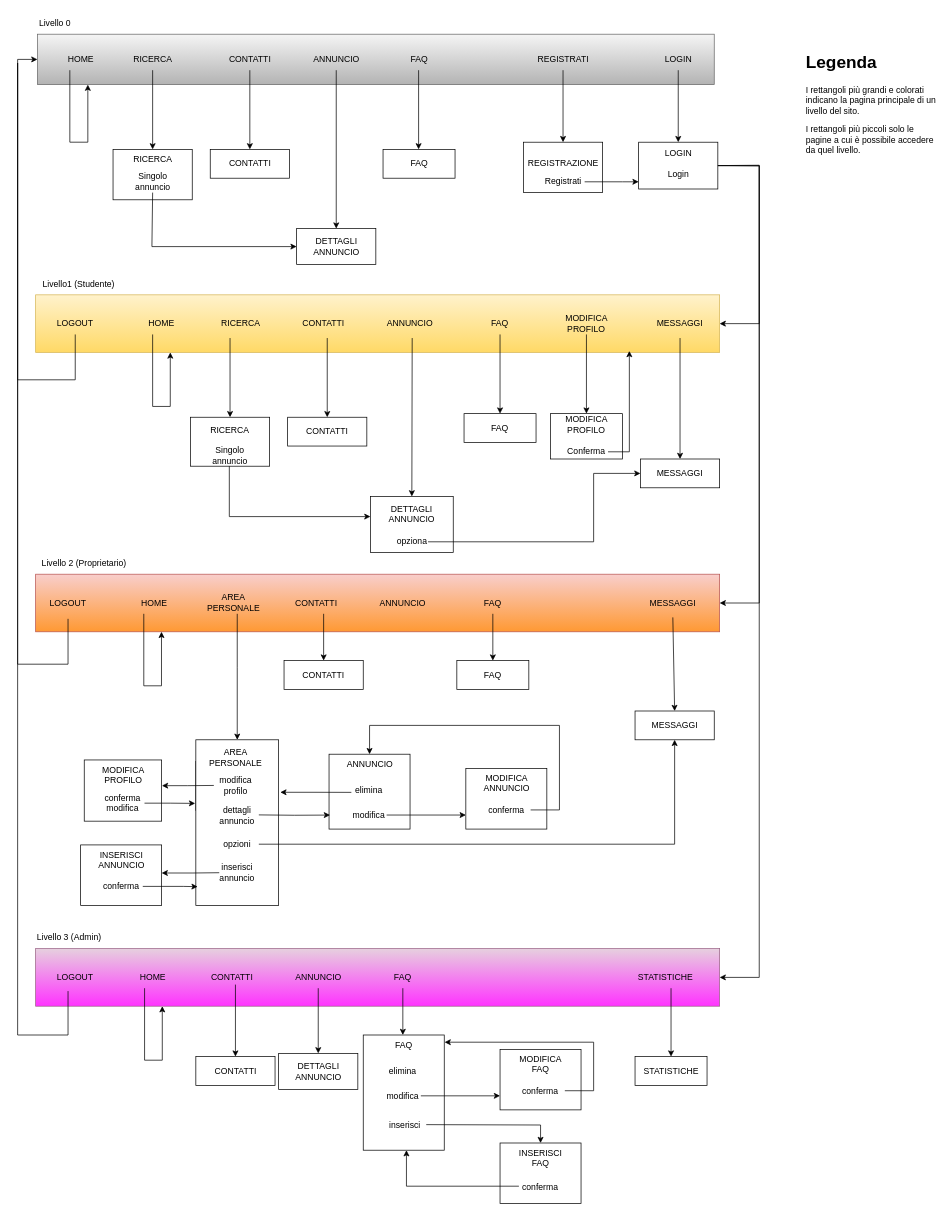
fd-col/RentAdvisor keeps this draw.io diagram as SchemaDeiLink.drawio. Above is the earlier version. Source tidied: cells renumbered, new cells numbered last; positions are measured from the earlier drawing's top-left corner, leaving out a move shared by most shapes. Both pictures are drawn from the tidied source at 72%, with x=0, y=0 at pixel (17, 12).
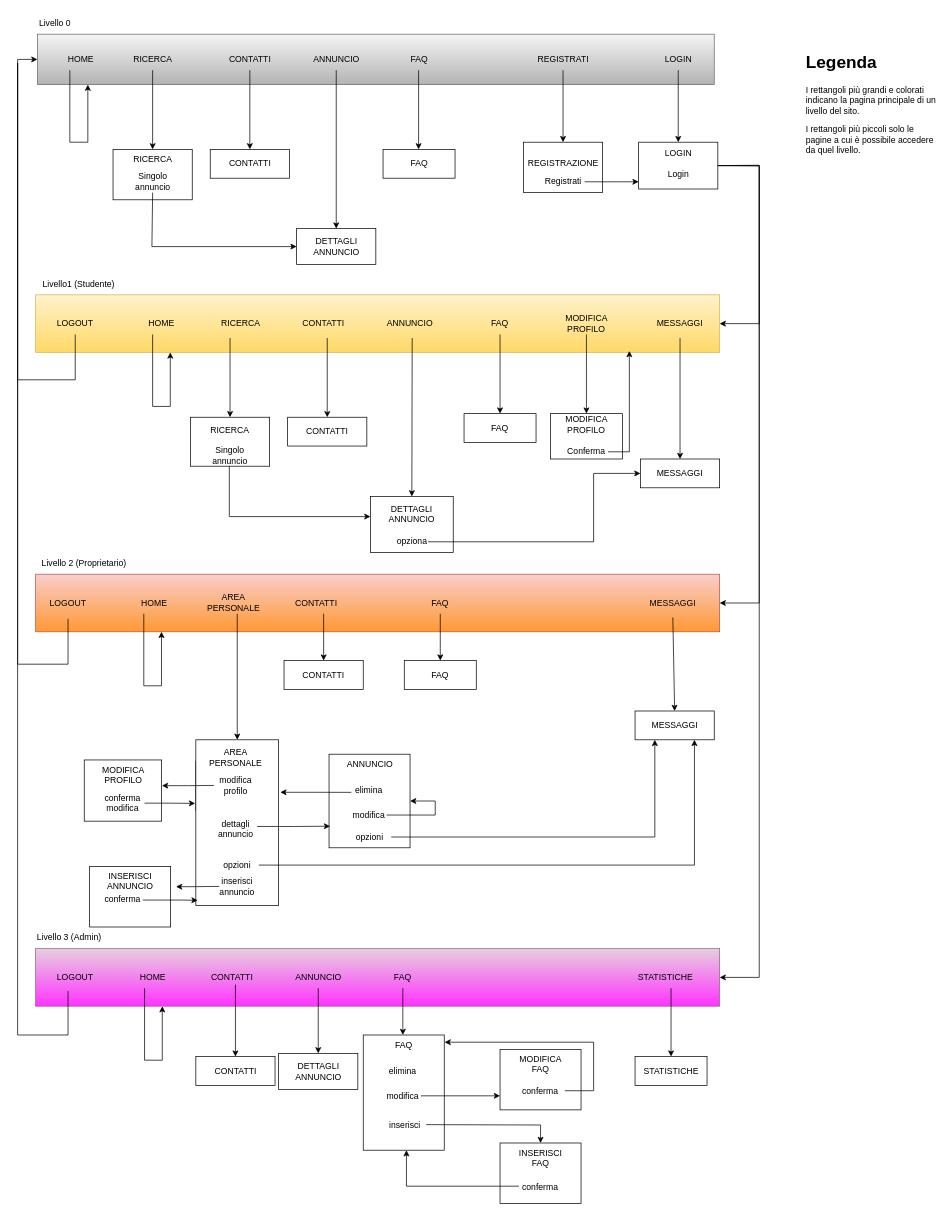
The same diagram, later.

Commit message (it also covers changes not shown here):
Update schema dei link

The change refers to these unchanged cells:
```xml
<mxCell id="87" value="MESSAGGI" style="rounded=0;whiteSpace=wrap;html=1;" parent="1" vertex="1">
  <mxGeometry x="857.5" y="970" width="110" height="40" as="geometry" />
</mxCell>
```

Change to the diagram source:
```diff
@@
     <mxCell id="69" value="FAQ" style="text;html=1;strokeColor=none;fillColor=none;align=center;verticalAlign=middle;whiteSpace=wrap;rounded=0;" parent="1" vertex="1">
-      <mxGeometry x="630" y="805" width="60" height="30" as="geometry" />
+      <mxGeometry x="557" y="805" width="60" height="30" as="geometry" />
     </mxCell>
@@
-    <mxCell id="72" value="ANNUNCIO" style="text;html=1;strokeColor=none;fillColor=none;align=center;verticalAlign=middle;whiteSpace=wrap;rounded=0;" parent="1" vertex="1">
-      <mxGeometry x="505" y="805" width="60" height="30" as="geometry" />
-    </mxCell>
@@
     <mxCell id="84" value="dettagli annuncio" style="text;html=1;strokeColor=none;fillColor=none;align=center;verticalAlign=middle;whiteSpace=wrap;rounded=0;" parent="1" vertex="1">
-      <mxGeometry x="275" y="1100" width="60" height="30" as="geometry" />
+      <mxGeometry x="272.5" y="1119" width="60" height="30" as="geometry" />
     </mxCell>
     <mxCell id="85" value="opzioni" style="text;html=1;strokeColor=none;fillColor=none;align=center;verticalAlign=middle;whiteSpace=wrap;rounded=0;" parent="1" vertex="1">
-      <mxGeometry x="275" y="1140" width="60" height="30" as="geometry" />
+      <mxGeometry x="275" y="1169" width="60" height="30" as="geometry" />
     </mxCell>
@@
-    <mxCell id="88" style="endArrow=classic;html=1;rounded=0;entryX=0.5;entryY=1;entryDx=0;entryDy=0;exitX=1;exitY=0.5;exitDx=0;exitDy=0;edgeStyle=orthogonalEdgeStyle;" parent="1" edge="1" source="85" target="87">
+    <mxCell id="88" style="endArrow=classic;html=1;rounded=0;entryX=0.75;entryY=1;entryDx=0;entryDy=0;exitX=1;exitY=0.5;exitDx=0;exitDy=0;edgeStyle=orthogonalEdgeStyle;" parent="1" edge="1" source="85" target="87">
       <mxGeometry relative="1" as="geometry" />
     </mxCell>
@@
     <mxCell id="91" value="ANNUNCIO" style="rounded=0;whiteSpace=wrap;html=1;verticalAlign=top;" parent="1" vertex="1">
-      <mxGeometry x="432.5" y="1030" width="112.5" height="104" as="geometry" />
+      <mxGeometry x="432.5" y="1030" width="112.5" height="130" as="geometry" />
     </mxCell>
@@
     <mxCell id="94" value="inserisci annuncio" style="text;html=1;strokeColor=none;fillColor=none;align=center;verticalAlign=middle;whiteSpace=wrap;rounded=0;" parent="1" vertex="1">
-      <mxGeometry x="275" y="1180" width="60" height="30" as="geometry" />
+      <mxGeometry x="275" y="1199" width="60" height="30" as="geometry" />
     </mxCell>
@@
-    <mxCell id="97" value="&lt;div&gt;MODIFICA&lt;/div&gt;&lt;div&gt;ANNUNCIO&lt;/div&gt;" style="rounded=0;whiteSpace=wrap;html=1;verticalAlign=top;" parent="1" vertex="1">
-      <mxGeometry x="622.5" y="1050" width="112.5" height="84" as="geometry" />
-    </mxCell>
-    <mxCell id="98" value="conferma" style="text;html=1;strokeColor=none;fillColor=none;align=center;verticalAlign=middle;whiteSpace=wrap;rounded=0;" parent="1" vertex="1">
-      <mxGeometry x="648.8" y="1093" width="60" height="30" as="geometry" />
-    </mxCell>
-    <mxCell id="99" style="edgeStyle=orthogonalEdgeStyle;rounded=0;jettySize=auto;html=1;entryX=0.012;entryY=0.813;entryDx=0;entryDy=0;entryPerimeter=0;" parent="1" edge="1" target="91">
+    <mxCell id="99" style="edgeStyle=orthogonalEdgeStyle;rounded=0;jettySize=auto;html=1;exitX=1.001;exitY=0.379;exitDx=0;exitDy=0;exitPerimeter=0;" parent="1" edge="1" source="84">
       <mxGeometry relative="1" as="geometry">
-        <mxPoint x="335" y="1114.3" as="sourcePoint" />
+        <mxPoint x="434" y="1130" as="targetPoint" />
       </mxGeometry>
     </mxCell>
-    <mxCell id="100" style="edgeStyle=orthogonalEdgeStyle;rounded=0;jettySize=auto;html=1;entryX=0.5;entryY=0;entryDx=0;entryDy=0;" parent="1" edge="1" target="91">
-      <mxGeometry relative="1" as="geometry">
-        <mxPoint x="712.5" y="1107.4" as="sourcePoint" />
-        <Array as="points">
-          <mxPoint x="752.5" y="1107" />
-          <mxPoint x="752.5" y="990" />
-          <mxPoint x="488.5" y="990" />
-        </Array>
-      </mxGeometry>
-    </mxCell>
-    <mxCell id="101" style="edgeStyle=orthogonalEdgeStyle;rounded=0;orthogonalLoop=1;jettySize=auto;html=1;" parent="1" edge="1">
+    <mxCell id="101" style="edgeStyle=orthogonalEdgeStyle;rounded=0;jettySize=auto;html=1;entryX=1;entryY=0.5;entryDx=0;entryDy=0;" parent="1" edge="1" target="91">
       <mxGeometry relative="1" as="geometry">
         <mxPoint x="512.5" y="1114.5" as="sourcePoint" />
-        <mxPoint x="622.5" y="1114.5" as="targetPoint" />
+        <Array as="points">
+          <mxPoint x="580" y="1115" />
+          <mxPoint x="580" y="1095" />
+        </Array>
       </mxGeometry>
     </mxCell>
@@
     <mxCell id="103" value="&lt;div&gt;INSERISCI&lt;/div&gt;&lt;div&gt;ANNUNCIO&lt;/div&gt;" style="rounded=0;whiteSpace=wrap;html=1;verticalAlign=top;" parent="1" vertex="1">
-      <mxGeometry x="87.5" y="1156" width="112.5" height="84" as="geometry" />
+      <mxGeometry x="100" y="1186" width="112.5" height="84" as="geometry" />
     </mxCell>
     <mxCell id="104" value="conferma" style="text;html=1;strokeColor=none;fillColor=none;align=center;verticalAlign=middle;whiteSpace=wrap;rounded=0;" parent="1" vertex="1">
-      <mxGeometry x="113.8" y="1199" width="60" height="30" as="geometry" />
+      <mxGeometry x="115.8" y="1217" width="60" height="30" as="geometry" />
     </mxCell>
     <mxCell id="105" style="edgeStyle=orthogonalEdgeStyle;rounded=0;orthogonalLoop=1;jettySize=auto;html=1;" parent="1" edge="1">
       <mxGeometry relative="1" as="geometry">
-        <mxPoint x="173.8" y="1213.6" as="sourcePoint" />
-        <mxPoint x="250" y="1214" as="targetPoint" />
+        <mxPoint x="173.8" y="1232.6" as="sourcePoint" />
+        <mxPoint x="250" y="1233" as="targetPoint" />
         <Array as="points">
-          <mxPoint x="230" y="1214" />
-          <mxPoint x="230" y="1214" />
+          <mxPoint x="230" y="1233" />
+          <mxPoint x="230" y="1233" />
         </Array>
       </mxGeometry>
     </mxCell>
     <mxCell id="106" style="edgeStyle=orthogonalEdgeStyle;rounded=0;orthogonalLoop=1;jettySize=auto;html=1;endArrow=none;endFill=0;startArrow=classic;startFill=1;" parent="1" edge="1">
       <mxGeometry relative="1" as="geometry">
-        <mxPoint x="200" y="1195" as="sourcePoint" />
-        <mxPoint x="280" y="1194.6" as="targetPoint" />
+        <mxPoint x="220" y="1214" as="sourcePoint" />
+        <mxPoint x="280" y="1213.6" as="targetPoint" />
         <Array as="points">
-          <mxPoint x="243.5" y="1195.2" />
-          <mxPoint x="280.5" y="1194.2" />
+          <mxPoint x="243.5" y="1214.2" />
+          <mxPoint x="280.5" y="1213.2" />
         </Array>
       </mxGeometry>
     </mxCell>
@@
     <mxCell id="109" style="endArrow=classic;html=1;rounded=0;exitX=0.5;exitY=1;exitDx=0;exitDy=0;entryX=0.5;entryY=0;entryDx=0;entryDy=0;" parent="1" edge="1" target="110">
       <mxGeometry relative="1" as="geometry">
-        <mxPoint x="660" y="835" as="sourcePoint" />
+        <mxPoint x="587" y="835" as="sourcePoint" />
       </mxGeometry>
     </mxCell>
     <mxCell id="110" value="FAQ" style="rounded=0;whiteSpace=wrap;html=1;" parent="1" vertex="1">
-      <mxGeometry x="610" y="900" width="100" height="40" as="geometry" />
+      <mxGeometry x="537" y="900" width="100" height="40" as="geometry" />
     </mxCell>
@@
+    <mxCell id="139" value="opzioni" style="text;html=1;strokeColor=none;fillColor=none;align=center;verticalAlign=middle;whiteSpace=wrap;rounded=0;" parent="1" vertex="1">
+      <mxGeometry x="458.8" y="1130" width="60" height="30" as="geometry" />
+    </mxCell>
+    <mxCell id="140" style="edgeStyle=orthogonalEdgeStyle;rounded=0;jettySize=auto;html=1;exitX=1;exitY=0.5;exitDx=0;exitDy=0;entryX=0.25;entryY=1;entryDx=0;entryDy=0;" parent="1" edge="1" source="139" target="87">
+      <mxGeometry relative="1" as="geometry" />
+    </mxCell>
```
